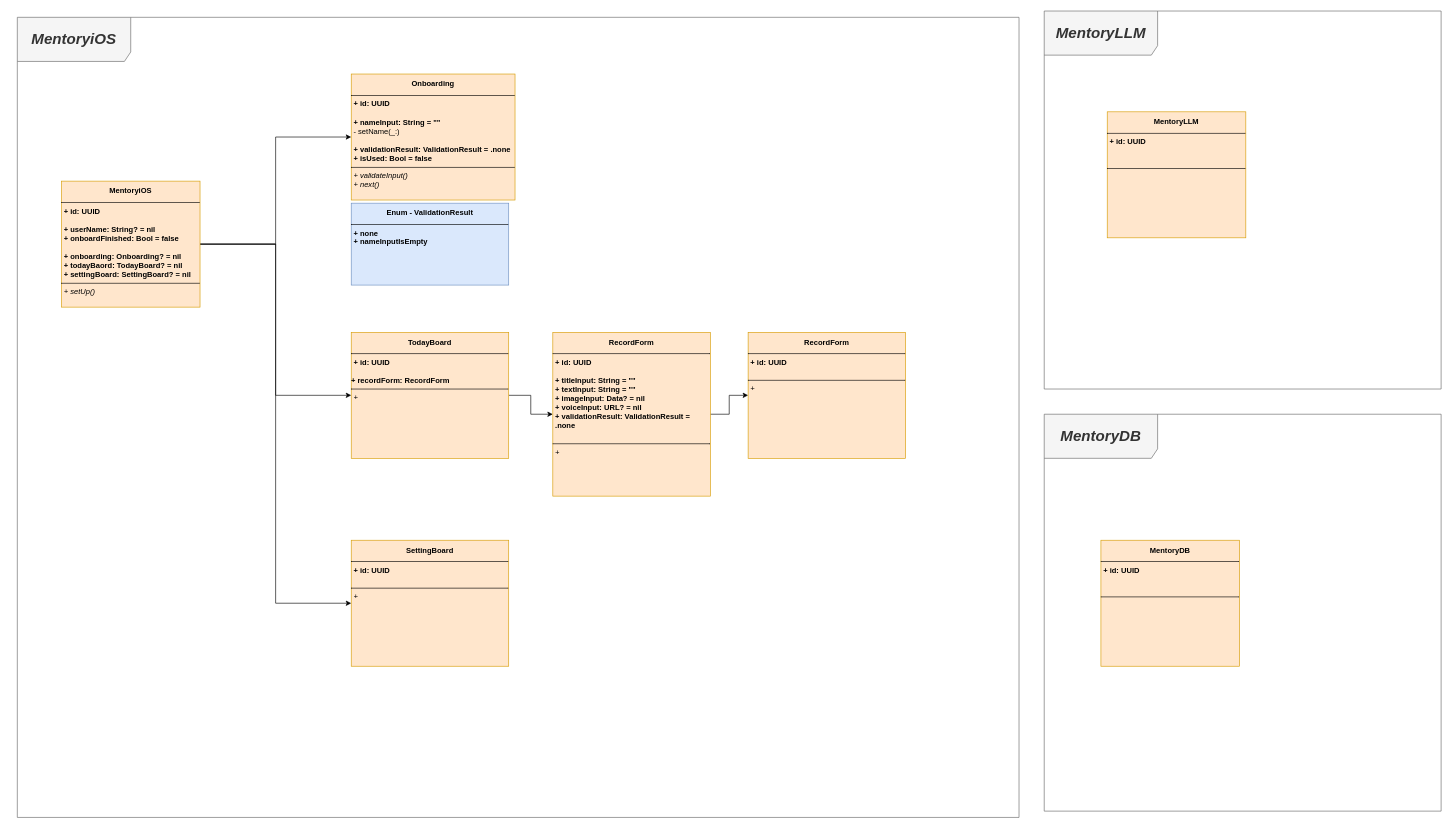
This is mentory.drawio from mandooplz/mentory, a draw.io file, before an edit. Source tidied: cells renumbered, new cells numbered last; positions are measured from the earlier drawing's top-left corner, leaving out a move shared by most shapes. Both pictures are drawn from the tidied source at 63%, with x=0, y=0 at pixel (17, 11).
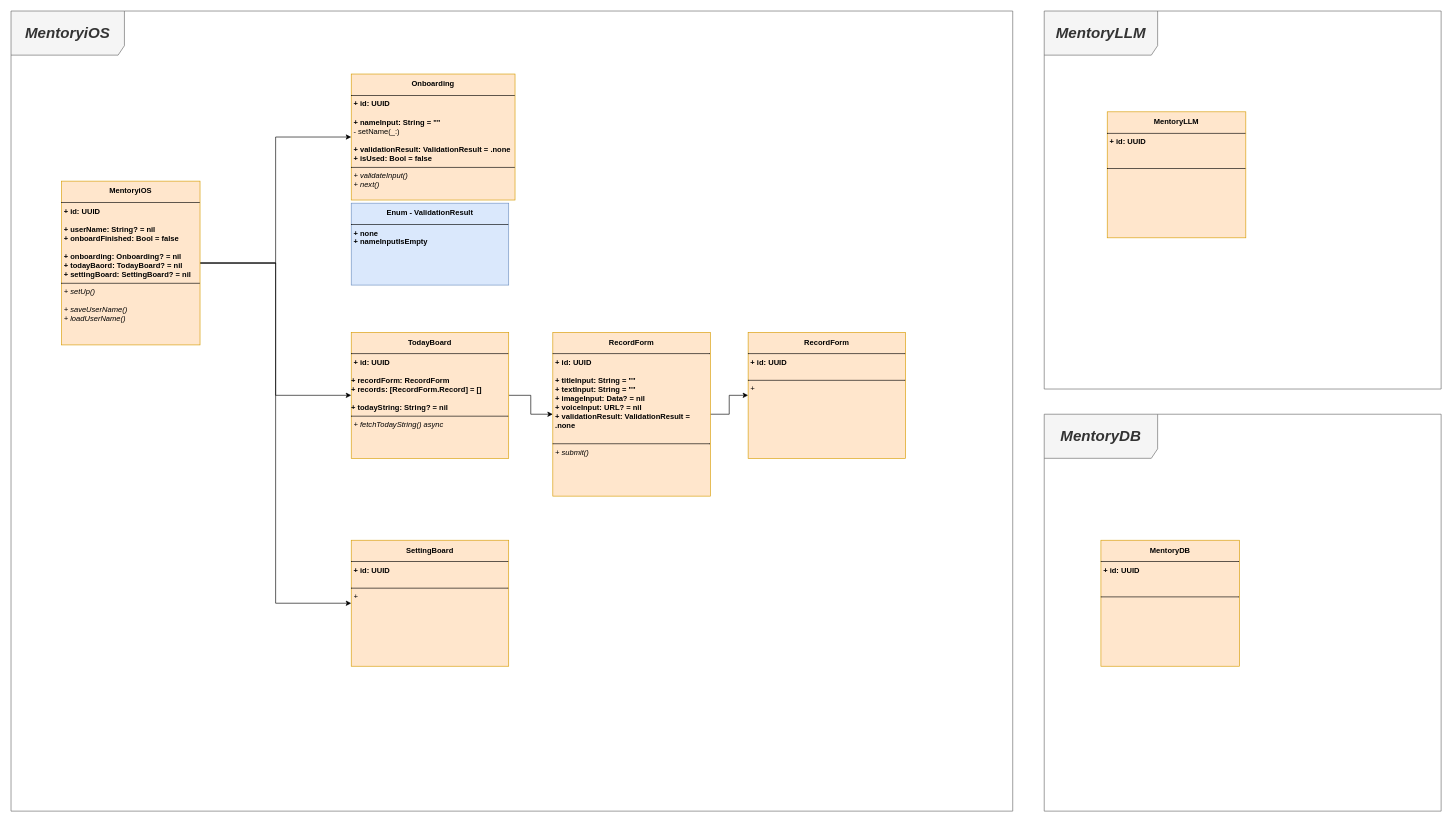
After the change.

Commit message:
[DOCS] 다이어 그램 TodayBoard 수정

What changed in the source:
```diff
@@
 <mxGraphModel>
   <root>
     <mxCell id="0" />
     <mxCell id="1" parent="0" />
     <mxCell id="2" style="edgeStyle=orthogonalEdgeStyle;rounded=0;jettySize=auto;html=1;entryX=0;entryY=0.5;entryDx=0;entryDy=0;" parent="1" edge="1" source="5" target="6">
       <mxGeometry relative="1" as="geometry" />
     </mxCell>
     <mxCell id="3" style="edgeStyle=orthogonalEdgeStyle;rounded=0;jettySize=auto;html=1;entryX=0;entryY=0.5;entryDx=0;entryDy=0;" parent="1" edge="1" source="5" target="9">
       <mxGeometry relative="1" as="geometry" />
     </mxCell>
     <mxCell id="4" style="edgeStyle=orthogonalEdgeStyle;rounded=0;jettySize=auto;html=1;entryX=0;entryY=0.5;entryDx=0;entryDy=0;" parent="1" edge="1" source="5" target="18">
       <mxGeometry relative="1" as="geometry" />
     </mxCell>
-    <mxCell id="5" value="&lt;p style=&quot;margin: 4px 0px 0px; text-align: center; line-height: 200%;&quot;&gt;&lt;b&gt;MentoryiOS&lt;/b&gt;&lt;/p&gt;&lt;hr size=&quot;1&quot; style=&quot;border-style:solid;&quot;&gt;&lt;p style=&quot;margin:0px;margin-left:4px;&quot;&gt;&lt;b&gt;+ id: UUID&lt;/b&gt;&lt;/p&gt;&lt;p style=&quot;margin:0px;margin-left:4px;&quot;&gt;&lt;br&gt;&lt;/p&gt;&lt;p style=&quot;margin:0px;margin-left:4px;&quot;&gt;&lt;b&gt;+ userName: String? = nil&lt;/b&gt;&lt;/p&gt;&lt;p style=&quot;margin:0px;margin-left:4px;&quot;&gt;&lt;b&gt;+&amp;nbsp;&lt;span style=&quot;background-color: transparent; color: light-dark(rgb(0, 0, 0), rgb(255, 255, 255));&quot;&gt;onboardFinished: Bool = false&lt;/span&gt;&lt;/b&gt;&lt;/p&gt;&lt;p style=&quot;margin:0px;margin-left:4px;&quot;&gt;&lt;b&gt;&lt;span style=&quot;background-color: transparent; color: light-dark(rgb(0, 0, 0), rgb(255, 255, 255));&quot;&gt;&lt;br&gt;&lt;/span&gt;&lt;/b&gt;&lt;/p&gt;&lt;p style=&quot;margin:0px;margin-left:4px;&quot;&gt;&lt;b&gt;+ onboarding: Onboarding? = nil&lt;/b&gt;&lt;/p&gt;&lt;p style=&quot;margin:0px;margin-left:4px;&quot;&gt;&lt;b&gt;+ todayBaord: TodayBoard? = nil&lt;/b&gt;&lt;/p&gt;&lt;p style=&quot;margin:0px;margin-left:4px;&quot;&gt;&lt;b&gt;+ settingBoard: SettingBoard? = nil&lt;/b&gt;&lt;/p&gt;&lt;hr size=&quot;1&quot; style=&quot;border-style:solid;&quot;&gt;&lt;p style=&quot;margin:0px;margin-left:4px;&quot;&gt;&lt;i&gt;+ setUp()&lt;/i&gt;&lt;/p&gt;" style="verticalAlign=top;align=left;overflow=fill;html=1;whiteSpace=wrap;fillColor=#ffe6cc;strokeColor=#d79b00;" parent="1" vertex="1">
-      <mxGeometry x="70" y="270" width="220" height="200" as="geometry" />
+    <mxCell id="5" value="&lt;p style=&quot;margin: 4px 0px 0px; text-align: center; line-height: 200%;&quot;&gt;&lt;b&gt;MentoryiOS&lt;/b&gt;&lt;/p&gt;&lt;hr size=&quot;1&quot; style=&quot;border-style:solid;&quot;&gt;&lt;p style=&quot;margin:0px;margin-left:4px;&quot;&gt;&lt;b&gt;+ id: UUID&lt;/b&gt;&lt;/p&gt;&lt;p style=&quot;margin:0px;margin-left:4px;&quot;&gt;&lt;br&gt;&lt;/p&gt;&lt;p style=&quot;margin:0px;margin-left:4px;&quot;&gt;&lt;b&gt;+ userName: String? = nil&lt;/b&gt;&lt;/p&gt;&lt;p style=&quot;margin:0px;margin-left:4px;&quot;&gt;&lt;b&gt;+&amp;nbsp;&lt;span style=&quot;background-color: transparent; color: light-dark(rgb(0, 0, 0), rgb(255, 255, 255));&quot;&gt;onboardFinished: Bool = false&lt;/span&gt;&lt;/b&gt;&lt;/p&gt;&lt;p style=&quot;margin:0px;margin-left:4px;&quot;&gt;&lt;b&gt;&lt;span style=&quot;background-color: transparent; color: light-dark(rgb(0, 0, 0), rgb(255, 255, 255));&quot;&gt;&lt;br&gt;&lt;/span&gt;&lt;/b&gt;&lt;/p&gt;&lt;p style=&quot;margin:0px;margin-left:4px;&quot;&gt;&lt;b&gt;+ onboarding: Onboarding? = nil&lt;/b&gt;&lt;/p&gt;&lt;p style=&quot;margin:0px;margin-left:4px;&quot;&gt;&lt;b&gt;+ todayBaord: TodayBoard? = nil&lt;/b&gt;&lt;/p&gt;&lt;p style=&quot;margin:0px;margin-left:4px;&quot;&gt;&lt;b&gt;+ settingBoard: SettingBoard? = nil&lt;/b&gt;&lt;/p&gt;&lt;hr size=&quot;1&quot; style=&quot;border-style:solid;&quot;&gt;&lt;p style=&quot;margin:0px;margin-left:4px;&quot;&gt;&lt;i&gt;+ setUp()&lt;/i&gt;&lt;/p&gt;&lt;p style=&quot;margin:0px;margin-left:4px;&quot;&gt;&lt;i&gt;&lt;br&gt;&lt;/i&gt;&lt;/p&gt;&lt;p style=&quot;margin:0px;margin-left:4px;&quot;&gt;&lt;i&gt;+ saveUserName()&lt;/i&gt;&lt;/p&gt;&lt;p style=&quot;margin:0px;margin-left:4px;&quot;&gt;&lt;i&gt;+ loadUserName()&lt;/i&gt;&lt;/p&gt;" style="verticalAlign=top;align=left;overflow=fill;html=1;whiteSpace=wrap;fillColor=#ffe6cc;strokeColor=#d79b00;" parent="1" vertex="1">
+      <mxGeometry x="70" y="270" width="220" height="260" as="geometry" />
     </mxCell>
     <mxCell id="6" value="&lt;p style=&quot;margin: 4px 0px 0px; text-align: center; line-height: 200%;&quot;&gt;&lt;b&gt;Onboarding&lt;/b&gt;&lt;/p&gt;&lt;hr size=&quot;1&quot; style=&quot;border-style:solid;&quot;&gt;&lt;p style=&quot;margin:0px;margin-left:4px;&quot;&gt;&lt;b&gt;+ id: UUID&lt;/b&gt;&lt;/p&gt;&lt;p style=&quot;margin:0px;margin-left:4px;&quot;&gt;&lt;br&gt;&lt;b&gt;+ nameInput: String = &quot;&quot;&lt;/b&gt;&lt;/p&gt;&lt;p style=&quot;margin:0px;margin-left:4px;&quot;&gt;- setName(_:)&lt;/p&gt;&lt;p style=&quot;margin:0px;margin-left:4px;&quot;&gt;&lt;br&gt;&lt;/p&gt;&lt;p style=&quot;margin:0px;margin-left:4px;&quot;&gt;&lt;b&gt;+ validationResult: ValidationResult = .none&lt;/b&gt;&lt;/p&gt;&lt;p style=&quot;margin:0px;margin-left:4px;&quot;&gt;&lt;b&gt;+ isUsed: Bool = false&lt;/b&gt;&lt;/p&gt;&lt;hr size=&quot;1&quot; style=&quot;border-style:solid;&quot;&gt;&lt;p style=&quot;margin:0px;margin-left:4px;&quot;&gt;&lt;i&gt;+ validateInput()&lt;/i&gt;&lt;/p&gt;&lt;p style=&quot;margin:0px;margin-left:4px;&quot;&gt;&lt;i&gt;+ next()&lt;/i&gt;&lt;/p&gt;&lt;p style=&quot;margin:0px;margin-left:4px;&quot;&gt;&lt;i&gt;&lt;br&gt;&lt;/i&gt;&lt;/p&gt;&lt;p style=&quot;margin:0px;margin-left:4px;&quot;&gt;&lt;i&gt;&lt;br&gt;&lt;/i&gt;&lt;/p&gt;" style="verticalAlign=top;align=left;overflow=fill;html=1;whiteSpace=wrap;fillColor=#ffe6cc;strokeColor=#d79b00;" parent="1" vertex="1">
       <mxGeometry x="530" y="100" width="260" height="200" as="geometry" />
     </mxCell>
     <mxCell id="7" value="&lt;p style=&quot;margin: 4px 0px 0px; text-align: center; line-height: 200%;&quot;&gt;&lt;b&gt;Enum - ValidationResult&lt;/b&gt;&lt;/p&gt;&lt;hr size=&quot;1&quot; style=&quot;border-style:solid;&quot;&gt;&lt;p style=&quot;margin:0px;margin-left:4px;&quot;&gt;&lt;b&gt;+ none&lt;/b&gt;&lt;/p&gt;&lt;p style=&quot;margin:0px;margin-left:4px;&quot;&gt;&lt;b&gt;+ nameInputIsEmpty&lt;/b&gt;&lt;/p&gt;" style="verticalAlign=top;align=left;overflow=fill;html=1;whiteSpace=wrap;fillColor=#dae8fc;strokeColor=#6c8ebf;" parent="1" vertex="1">
       <mxGeometry x="530" y="305" width="250" height="130" as="geometry" />
     </mxCell>
     <mxCell id="8" style="edgeStyle=orthogonalEdgeStyle;rounded=0;jettySize=auto;html=1;" parent="1" edge="1" source="9" target="13">
       <mxGeometry relative="1" as="geometry" />
     </mxCell>
-    <mxCell id="9" value="&lt;p style=&quot;margin: 4px 0px 0px; text-align: center; line-height: 200%;&quot;&gt;&lt;b&gt;TodayBoard&lt;/b&gt;&lt;/p&gt;&lt;hr size=&quot;1&quot; style=&quot;border-style:solid;&quot;&gt;&lt;p style=&quot;margin:0px;margin-left:4px;&quot;&gt;&lt;b&gt;+ id: UUID&lt;/b&gt;&lt;/p&gt;&lt;p style=&quot;margin:0px;margin-left:4px;&quot;&gt;&lt;/p&gt;&lt;div&gt;&lt;br&gt;&lt;/div&gt;&lt;b&gt;+ recordForm: RecordForm&lt;/b&gt;&lt;br&gt;&lt;hr size=&quot;1&quot; style=&quot;border-style:solid;&quot;&gt;&lt;p style=&quot;margin:0px;margin-left:4px;&quot;&gt;&lt;i&gt;+&amp;nbsp;&lt;/i&gt;&lt;/p&gt;&lt;p style=&quot;margin:0px;margin-left:4px;&quot;&gt;&lt;i&gt;&lt;br&gt;&lt;/i&gt;&lt;/p&gt;&lt;p style=&quot;margin:0px;margin-left:4px;&quot;&gt;&lt;i&gt;&lt;br&gt;&lt;/i&gt;&lt;/p&gt;" style="verticalAlign=top;align=left;overflow=fill;html=1;whiteSpace=wrap;fillColor=#ffe6cc;strokeColor=#d79b00;" parent="1" vertex="1">
+    <mxCell id="9" value="&lt;p style=&quot;margin: 4px 0px 0px; text-align: center; line-height: 200%;&quot;&gt;&lt;b&gt;TodayBoard&lt;/b&gt;&lt;/p&gt;&lt;hr size=&quot;1&quot; style=&quot;border-style:solid;&quot;&gt;&lt;p style=&quot;margin:0px;margin-left:4px;&quot;&gt;&lt;b&gt;+ id: UUID&lt;/b&gt;&lt;/p&gt;&lt;p style=&quot;margin:0px;margin-left:4px;&quot;&gt;&lt;/p&gt;&lt;div&gt;&lt;br&gt;&lt;/div&gt;&lt;b&gt;+ recordForm: RecordForm&lt;/b&gt;&lt;div&gt;&lt;b&gt;+ records: [RecordForm.Record] = []&lt;/b&gt;&lt;/div&gt;&lt;div&gt;&lt;b&gt;&lt;br&gt;&lt;/b&gt;&lt;/div&gt;&lt;div&gt;&lt;b&gt;+ todayString: String? = nil&lt;br&gt;&lt;/b&gt;&lt;hr size=&quot;1&quot; style=&quot;border-style:solid;&quot;&gt;&lt;p style=&quot;margin:0px;margin-left:4px;&quot;&gt;&lt;i&gt;+ fetchTodayString() async&lt;/i&gt;&lt;/p&gt;&lt;p style=&quot;margin:0px;margin-left:4px;&quot;&gt;&lt;i&gt;&lt;br&gt;&lt;/i&gt;&lt;/p&gt;&lt;p style=&quot;margin:0px;margin-left:4px;&quot;&gt;&lt;i&gt;&lt;br&gt;&lt;/i&gt;&lt;/p&gt;&lt;p style=&quot;margin:0px;margin-left:4px;&quot;&gt;&lt;i&gt;&lt;br&gt;&lt;/i&gt;&lt;/p&gt;&lt;/div&gt;" style="verticalAlign=top;align=left;overflow=fill;html=1;whiteSpace=wrap;fillColor=#ffe6cc;strokeColor=#d79b00;" parent="1" vertex="1">
       <mxGeometry x="530" y="510" width="250" height="200" as="geometry" />
     </mxCell>
     <mxCell id="10" value="&lt;p style=&quot;margin: 4px 0px 0px; text-align: center; line-height: 200%;&quot;&gt;&lt;b&gt;MentoryLLM&lt;/b&gt;&lt;/p&gt;&lt;hr size=&quot;1&quot; style=&quot;border-style:solid;&quot;&gt;&lt;p style=&quot;margin:0px;margin-left:4px;&quot;&gt;&lt;b&gt;+ id: UUID&lt;/b&gt;&lt;/p&gt;&lt;p style=&quot;margin:0px;margin-left:4px;&quot;&gt;&lt;b&gt;&lt;br&gt;&lt;/b&gt;&lt;/p&gt;&lt;p style=&quot;margin:0px;margin-left:4px;&quot;&gt;&lt;b&gt;&lt;br&gt;&lt;/b&gt;&lt;/p&gt;&lt;hr size=&quot;1&quot; style=&quot;border-style:solid;&quot;&gt;&lt;p style=&quot;margin:0px;margin-left:4px;&quot;&gt;&lt;br&gt;&lt;/p&gt;" style="verticalAlign=top;align=left;overflow=fill;html=1;whiteSpace=wrap;fillColor=#ffe6cc;strokeColor=#d79b00;" parent="1" vertex="1">
       <mxGeometry x="1730" y="160" width="220" height="200" as="geometry" />
     </mxCell>
     <mxCell id="11" value="&lt;b&gt;&lt;font style=&quot;font-size: 24px;&quot;&gt;&lt;i&gt;MentoryiOS&lt;/i&gt;&lt;/font&gt;&lt;/b&gt;" style="shape=umlFrame;whiteSpace=wrap;html=1;width=180;height=70;fillColor=#f5f5f5;strokeColor=#666666;fontColor=#333333;shadow=0;" parent="1" vertex="1">
-      <mxGeometry y="10" width="1590" height="1270" as="geometry" />
+      <mxGeometry x="-10" width="1590" height="1270" as="geometry" />
     </mxCell>
     <mxCell id="12" style="edgeStyle=orthogonalEdgeStyle;rounded=0;jettySize=auto;html=1;" parent="1" edge="1" source="13" target="17">
       <mxGeometry relative="1" as="geometry" />
     </mxCell>
-    <mxCell id="13" value="&lt;p style=&quot;margin: 4px 0px 0px; text-align: center; line-height: 200%;&quot;&gt;&lt;b&gt;RecordForm&lt;/b&gt;&lt;/p&gt;&lt;hr size=&quot;1&quot; style=&quot;border-style:solid;&quot;&gt;&lt;p style=&quot;margin:0px;margin-left:4px;&quot;&gt;&lt;b&gt;+ id: UUID&lt;/b&gt;&lt;/p&gt;&lt;p style=&quot;margin:0px;margin-left:4px;&quot;&gt;&lt;b&gt;&lt;br&gt;&lt;/b&gt;&lt;/p&gt;&lt;p style=&quot;margin:0px;margin-left:4px;&quot;&gt;&lt;b&gt;+ titleInput: String = &quot;&quot;&lt;/b&gt;&lt;/p&gt;&lt;p style=&quot;margin:0px;margin-left:4px;&quot;&gt;&lt;b&gt;+ textInput: String = &quot;&quot;&lt;/b&gt;&lt;/p&gt;&lt;p style=&quot;margin:0px;margin-left:4px;&quot;&gt;&lt;b&gt;+ imageInput: Data? = nil&lt;/b&gt;&lt;/p&gt;&lt;p style=&quot;margin:0px;margin-left:4px;&quot;&gt;&lt;b&gt;+ voiceInput: URL? = nil&lt;/b&gt;&lt;/p&gt;&lt;p style=&quot;margin:0px;margin-left:4px;&quot;&gt;&lt;b&gt;+ validationResult: ValidationResult = .none&lt;/b&gt;&lt;/p&gt;&lt;p style=&quot;margin:0px;margin-left:4px;&quot;&gt;&lt;b&gt;&lt;br&gt;&lt;/b&gt;&lt;/p&gt;&lt;hr size=&quot;1&quot; style=&quot;border-style:solid;&quot;&gt;&lt;p style=&quot;margin:0px;margin-left:4px;&quot;&gt;&lt;i&gt;+&amp;nbsp;&lt;/i&gt;&lt;/p&gt;&lt;p style=&quot;margin:0px;margin-left:4px;&quot;&gt;&lt;i&gt;&lt;br&gt;&lt;/i&gt;&lt;/p&gt;&lt;p style=&quot;margin:0px;margin-left:4px;&quot;&gt;&lt;i&gt;&lt;br&gt;&lt;/i&gt;&lt;/p&gt;" style="verticalAlign=top;align=left;overflow=fill;html=1;whiteSpace=wrap;fillColor=#ffe6cc;strokeColor=#d79b00;" parent="1" vertex="1">
+    <mxCell id="13" value="&lt;p style=&quot;margin: 4px 0px 0px; text-align: center; line-height: 200%;&quot;&gt;&lt;b&gt;RecordForm&lt;/b&gt;&lt;/p&gt;&lt;hr size=&quot;1&quot; style=&quot;border-style:solid;&quot;&gt;&lt;p style=&quot;margin:0px;margin-left:4px;&quot;&gt;&lt;b&gt;+ id: UUID&lt;/b&gt;&lt;/p&gt;&lt;p style=&quot;margin:0px;margin-left:4px;&quot;&gt;&lt;b&gt;&lt;br&gt;&lt;/b&gt;&lt;/p&gt;&lt;p style=&quot;margin:0px;margin-left:4px;&quot;&gt;&lt;b&gt;+ titleInput: String = &quot;&quot;&lt;/b&gt;&lt;/p&gt;&lt;p style=&quot;margin:0px;margin-left:4px;&quot;&gt;&lt;b&gt;+ textInput: String = &quot;&quot;&lt;/b&gt;&lt;/p&gt;&lt;p style=&quot;margin:0px;margin-left:4px;&quot;&gt;&lt;b&gt;+ imageInput: Data? = nil&lt;/b&gt;&lt;/p&gt;&lt;p style=&quot;margin:0px;margin-left:4px;&quot;&gt;&lt;b&gt;+ voiceInput: URL? = nil&lt;/b&gt;&lt;/p&gt;&lt;p style=&quot;margin:0px;margin-left:4px;&quot;&gt;&lt;b&gt;+ validationResult: ValidationResult = .none&lt;/b&gt;&lt;/p&gt;&lt;p style=&quot;margin:0px;margin-left:4px;&quot;&gt;&lt;b&gt;&lt;br&gt;&lt;/b&gt;&lt;/p&gt;&lt;hr size=&quot;1&quot; style=&quot;border-style:solid;&quot;&gt;&lt;p style=&quot;margin:0px;margin-left:4px;&quot;&gt;&lt;i&gt;+ submit()&lt;/i&gt;&lt;/p&gt;&lt;p style=&quot;margin:0px;margin-left:4px;&quot;&gt;&lt;i&gt;&lt;br&gt;&lt;/i&gt;&lt;/p&gt;&lt;p style=&quot;margin:0px;margin-left:4px;&quot;&gt;&lt;i&gt;&lt;br&gt;&lt;/i&gt;&lt;/p&gt;" style="verticalAlign=top;align=left;overflow=fill;html=1;whiteSpace=wrap;fillColor=#ffe6cc;strokeColor=#d79b00;" parent="1" vertex="1">
       <mxGeometry x="850" y="510" width="250" height="260" as="geometry" />
     </mxCell>
     <mxCell id="14" value="&lt;span style=&quot;font-size: 24px;&quot;&gt;&lt;b&gt;&lt;i&gt;MentoryLLM&lt;/i&gt;&lt;/b&gt;&lt;/span&gt;" style="shape=umlFrame;whiteSpace=wrap;html=1;width=180;height=70;fillColor=#f5f5f5;fontColor=#333333;strokeColor=#666666;" parent="1" vertex="1">
       <mxGeometry x="1630" width="630" height="600" as="geometry" />
     </mxCell>
     <mxCell id="15" value="&lt;span style=&quot;font-size: 24px;&quot;&gt;&lt;b&gt;&lt;i&gt;MentoryDB&lt;/i&gt;&lt;/b&gt;&lt;/span&gt;" style="shape=umlFrame;whiteSpace=wrap;html=1;width=180;height=70;fillColor=#f5f5f5;fontColor=#333333;strokeColor=#666666;" parent="1" vertex="1">
       <mxGeometry x="1630" y="640" width="630" height="630" as="geometry" />
     </mxCell>
     <mxCell id="16" value="&lt;p style=&quot;margin: 4px 0px 0px; text-align: center; line-height: 200%;&quot;&gt;&lt;b&gt;MentoryDB&lt;/b&gt;&lt;/p&gt;&lt;hr size=&quot;1&quot; style=&quot;border-style:solid;&quot;&gt;&lt;p style=&quot;margin:0px;margin-left:4px;&quot;&gt;&lt;b&gt;+ id: UUID&lt;/b&gt;&lt;/p&gt;&lt;p style=&quot;margin:0px;margin-left:4px;&quot;&gt;&lt;b&gt;&lt;br&gt;&lt;/b&gt;&lt;/p&gt;&lt;p style=&quot;margin:0px;margin-left:4px;&quot;&gt;&lt;b&gt;&lt;br&gt;&lt;/b&gt;&lt;/p&gt;&lt;hr size=&quot;1&quot; style=&quot;border-style:solid;&quot;&gt;&lt;p style=&quot;margin:0px;margin-left:4px;&quot;&gt;&lt;br&gt;&lt;/p&gt;" style="verticalAlign=top;align=left;overflow=fill;html=1;whiteSpace=wrap;fillColor=#ffe6cc;strokeColor=#d79b00;" parent="1" vertex="1">
       <mxGeometry x="1720" y="840" width="220" height="200" as="geometry" />
     </mxCell>
     <mxCell id="17" value="&lt;p style=&quot;margin: 4px 0px 0px; text-align: center; line-height: 200%;&quot;&gt;&lt;b&gt;RecordForm&lt;/b&gt;&lt;/p&gt;&lt;hr size=&quot;1&quot; style=&quot;border-style:solid;&quot;&gt;&lt;p style=&quot;margin:0px;margin-left:4px;&quot;&gt;&lt;b&gt;+ id: UUID&lt;/b&gt;&lt;/p&gt;&lt;p style=&quot;margin:0px;margin-left:4px;&quot;&gt;&lt;b&gt;&lt;br&gt;&lt;/b&gt;&lt;/p&gt;&lt;hr size=&quot;1&quot; style=&quot;border-style:solid;&quot;&gt;&lt;p style=&quot;margin:0px;margin-left:4px;&quot;&gt;&lt;i&gt;+&amp;nbsp;&lt;/i&gt;&lt;/p&gt;&lt;p style=&quot;margin:0px;margin-left:4px;&quot;&gt;&lt;i&gt;&lt;br&gt;&lt;/i&gt;&lt;/p&gt;&lt;p style=&quot;margin:0px;margin-left:4px;&quot;&gt;&lt;i&gt;&lt;br&gt;&lt;/i&gt;&lt;/p&gt;" style="verticalAlign=top;align=left;overflow=fill;html=1;whiteSpace=wrap;fillColor=#ffe6cc;strokeColor=#d79b00;" parent="1" vertex="1">
       <mxGeometry x="1160" y="510" width="250" height="200" as="geometry" />
     </mxCell>
     <mxCell id="18" value="&lt;p style=&quot;margin: 4px 0px 0px; text-align: center; line-height: 200%;&quot;&gt;&lt;b&gt;SettingBoard&lt;/b&gt;&lt;/p&gt;&lt;hr size=&quot;1&quot; style=&quot;border-style:solid;&quot;&gt;&lt;p style=&quot;margin:0px;margin-left:4px;&quot;&gt;&lt;b&gt;+ id: UUID&lt;/b&gt;&lt;/p&gt;&lt;p style=&quot;margin:0px;margin-left:4px;&quot;&gt;&lt;/p&gt;&lt;div&gt;&lt;br&gt;&lt;/div&gt;&lt;hr size=&quot;1&quot; style=&quot;border-style:solid;&quot;&gt;&lt;p style=&quot;margin:0px;margin-left:4px;&quot;&gt;&lt;i&gt;+&amp;nbsp;&lt;/i&gt;&lt;/p&gt;&lt;p style=&quot;margin:0px;margin-left:4px;&quot;&gt;&lt;i&gt;&lt;br&gt;&lt;/i&gt;&lt;/p&gt;&lt;p style=&quot;margin:0px;margin-left:4px;&quot;&gt;&lt;i&gt;&lt;br&gt;&lt;/i&gt;&lt;/p&gt;" style="verticalAlign=top;align=left;overflow=fill;html=1;whiteSpace=wrap;fillColor=#ffe6cc;strokeColor=#d79b00;" parent="1" vertex="1">
       <mxGeometry x="530" y="840" width="250" height="200" as="geometry" />
     </mxCell>
   </root>
 </mxGraphModel>
```
